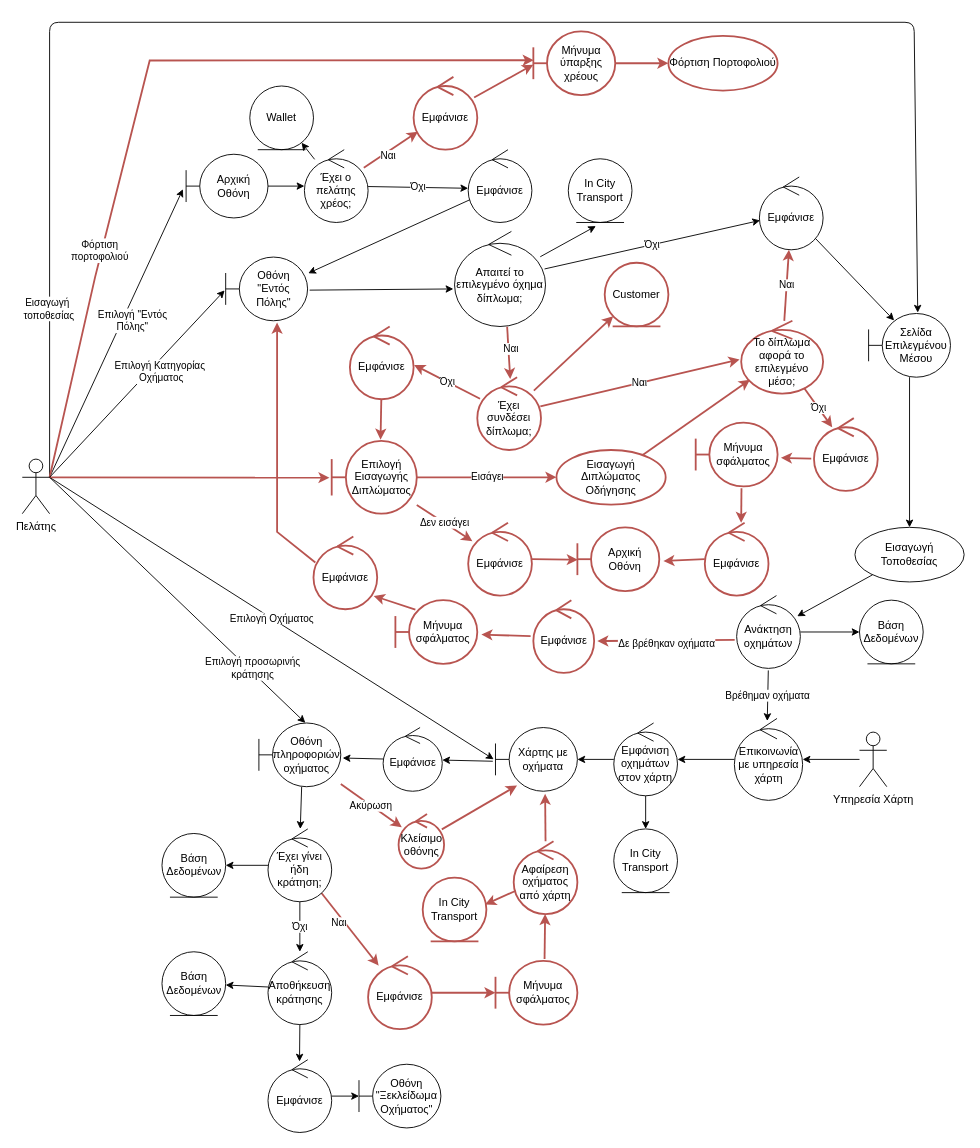
Before: Part_2/Robustness/diagrams/01_Επιλογή_Μέσου_Μετακίνησης.drawio in Nikolis2002/texnoligia_logismikou, a draw.io diagram. Source tidied: cells renumbered, new cells numbered last; positions are measured from the earlier drawing's top-left corner, leaving out a move shared by most shapes. Both pictures are drawn from the tidied source at 91%, with x=0, y=0 at pixel (22, 22).
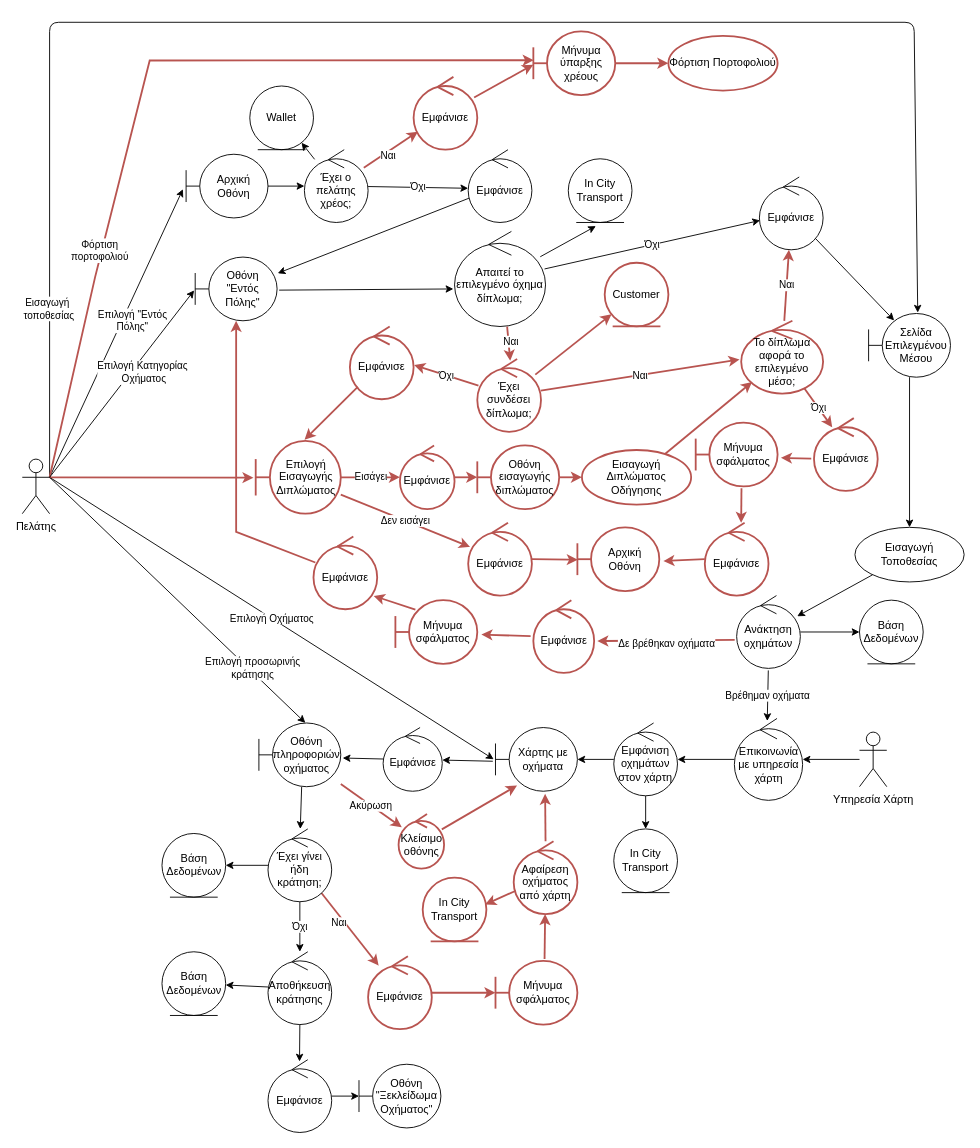
After the change.

Unchanged cells that the change refers to:
```xml
<mxCell id="113" value="Εμφάνισε" style="ellipse;shape=umlControl;whiteSpace=wrap;html=1;fillColor=none;strokeColor=#b85450;strokeWidth=2;" parent="1" vertex="1">
  <mxGeometry x="320" y="565" width="70" height="80" as="geometry" />
</mxCell>
```

Diff of the diagram source:
```diff
@@
     <mxCell id="25" value="Οθόνη &quot;Εντός Πόλης&quot;" style="shape=umlBoundary;whiteSpace=wrap;html=1;" parent="1" vertex="1">
-      <mxGeometry x="223.5" y="258" width="90" height="70" as="geometry" />
+      <mxGeometry x="190" y="258" width="90" height="70" as="geometry" />
     </mxCell>
@@
     <mxCell id="72" value="Έχει συνδέσει δίπλωμα;" style="ellipse;shape=umlControl;whiteSpace=wrap;html=1;fillColor=none;strokeColor=#b85450;strokeWidth=2;" parent="1" vertex="1">
-      <mxGeometry x="500" y="390" width="70" height="80" as="geometry" />
+      <mxGeometry x="500" y="370" width="70" height="80" as="geometry" />
     </mxCell>
@@
-    <mxCell id="79" value="Εισάγει" style="edgeStyle=none;html=1;rounded=0;strokeColor=#b85450;fillColor=#f8cecc;strokeWidth=2;" parent="1" edge="1" source="81" target="83">
+    <mxCell id="79" value="Εισάγει" style="edgeStyle=none;html=1;rounded=0;strokeColor=#b85450;fillColor=#f8cecc;strokeWidth=2;" parent="1" edge="1" source="81" target="118">
       <mxGeometry relative="1" as="geometry" />
     </mxCell>
@@
     <mxCell id="81" value="Επιλογή Εισαγωγής Διπλώματος" style="shape=umlBoundary;whiteSpace=wrap;html=1;fillColor=none;strokeColor=#b85450;strokeWidth=2;" parent="1" vertex="1">
-      <mxGeometry x="340" y="460" width="93.5" height="80" as="geometry" />
+      <mxGeometry x="256.5" y="460" width="93.5" height="80" as="geometry" />
     </mxCell>
@@
     <mxCell id="83" value="Εισαγωγή Διπλώματος Οδήγησης" style="ellipse;whiteSpace=wrap;html=1;fillColor=none;strokeColor=#b85450;strokeWidth=2;" parent="1" vertex="1">
-      <mxGeometry x="587" y="470" width="120" height="60" as="geometry" />
+      <mxGeometry x="615" y="470" width="120" height="60" as="geometry" />
     </mxCell>
@@
-    <mxCell id="88" style="edgeStyle=none;html=1;rounded=0;strokeColor=#b85450;fillColor=#f8cecc;strokeWidth=2;exitX=0.029;exitY=0.358;exitDx=0;exitDy=0;exitPerimeter=0;" parent="1" edge="1" source="113">
+    <mxCell id="88" style="edgeStyle=none;html=1;rounded=0;strokeColor=#b85450;fillColor=#f8cecc;strokeWidth=2;exitX=0.029;exitY=0.358;exitDx=0;exitDy=0;exitPerimeter=0;" parent="1" edge="1" source="113" target="25">
       <mxGeometry relative="1" as="geometry">
-        <mxPoint x="280" y="330" as="targetPoint" />
         <Array as="points">
-          <mxPoint x="280" y="560" />
+          <mxPoint x="235" y="560" />
+          <mxPoint x="235" y="450" />
         </Array>
       </mxGeometry>
     </mxCell>
@@
+    <mxCell id="117" style="edgeStyle=none;html=1;fontSize=12;fillColor=none;strokeColor=#b85450;strokeWidth=2;" parent="1" edge="1" source="118" target="120">
+      <mxGeometry relative="1" as="geometry" />
+    </mxCell>
+    <mxCell id="118" value="Εμφάνισε" style="ellipse;shape=umlControl;whiteSpace=wrap;html=1;fillColor=none;strokeColor=#b85450;strokeWidth=2;" parent="1" vertex="1">
+      <mxGeometry x="415" y="465" width="60" height="70" as="geometry" />
+    </mxCell>
+    <mxCell id="119" style="edgeStyle=none;html=1;fontSize=12;fillColor=none;strokeColor=#b85450;strokeWidth=2;" parent="1" edge="1" source="120" target="83">
+      <mxGeometry relative="1" as="geometry" />
+    </mxCell>
+    <mxCell id="120" value="Οθόνη εισαγωγής διπλώματος" style="shape=umlBoundary;whiteSpace=wrap;html=1;fillColor=none;strokeColor=#b85450;strokeWidth=2;" parent="1" vertex="1">
+      <mxGeometry x="500" y="465" width="90" height="70" as="geometry" />
+    </mxCell>
```
